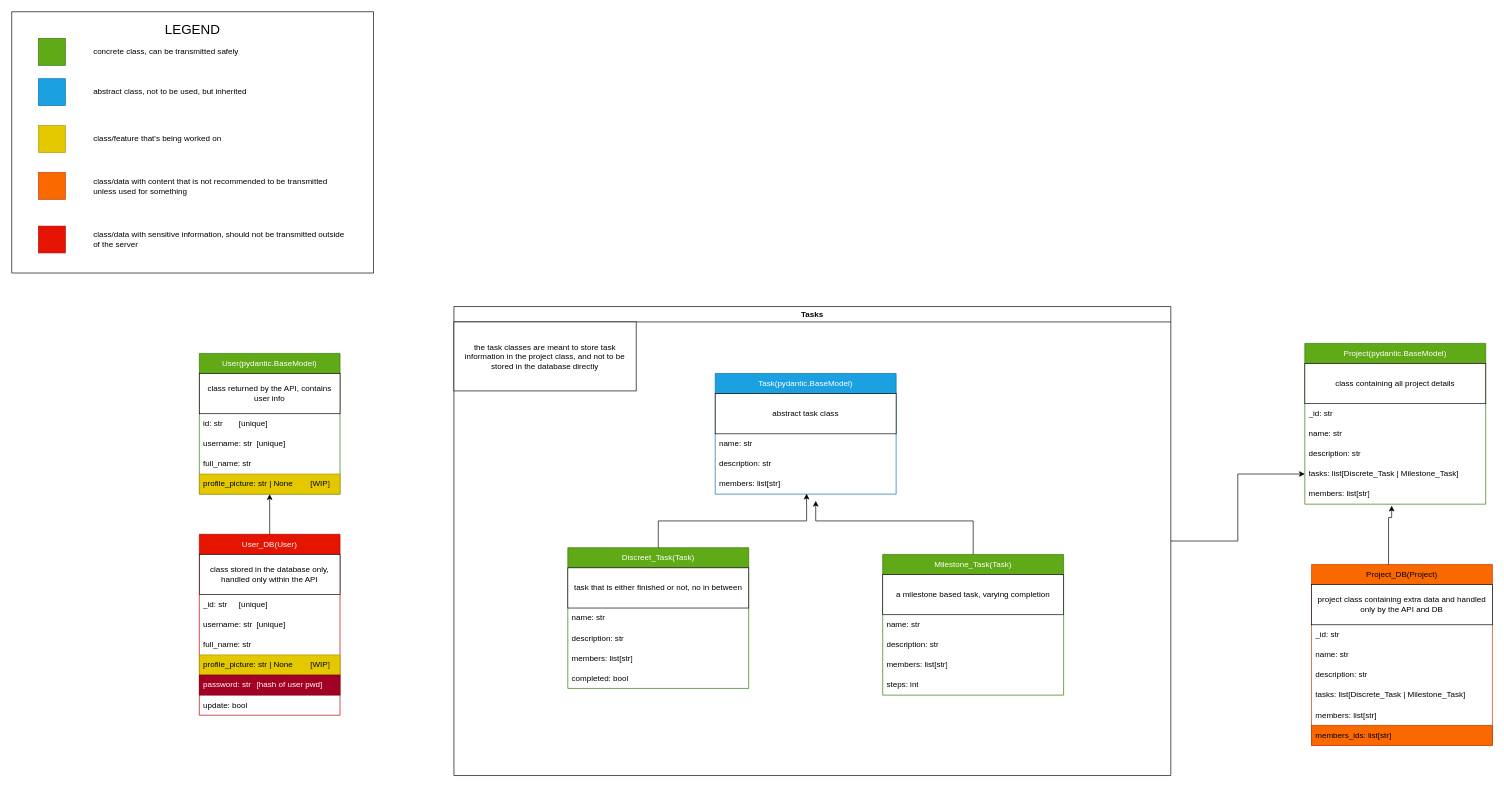
reezuleanu/termsync keeps this draw.io diagram as server-models.drawio. Above is the earlier version. Source tidied: cells renumbered, new cells numbered last; positions are measured from the earlier drawing's top-left corner, leaving out a move shared by most shapes. Both pictures are drawn from the tidied source at 67%, with x=0, y=0 at pixel (11, 11).
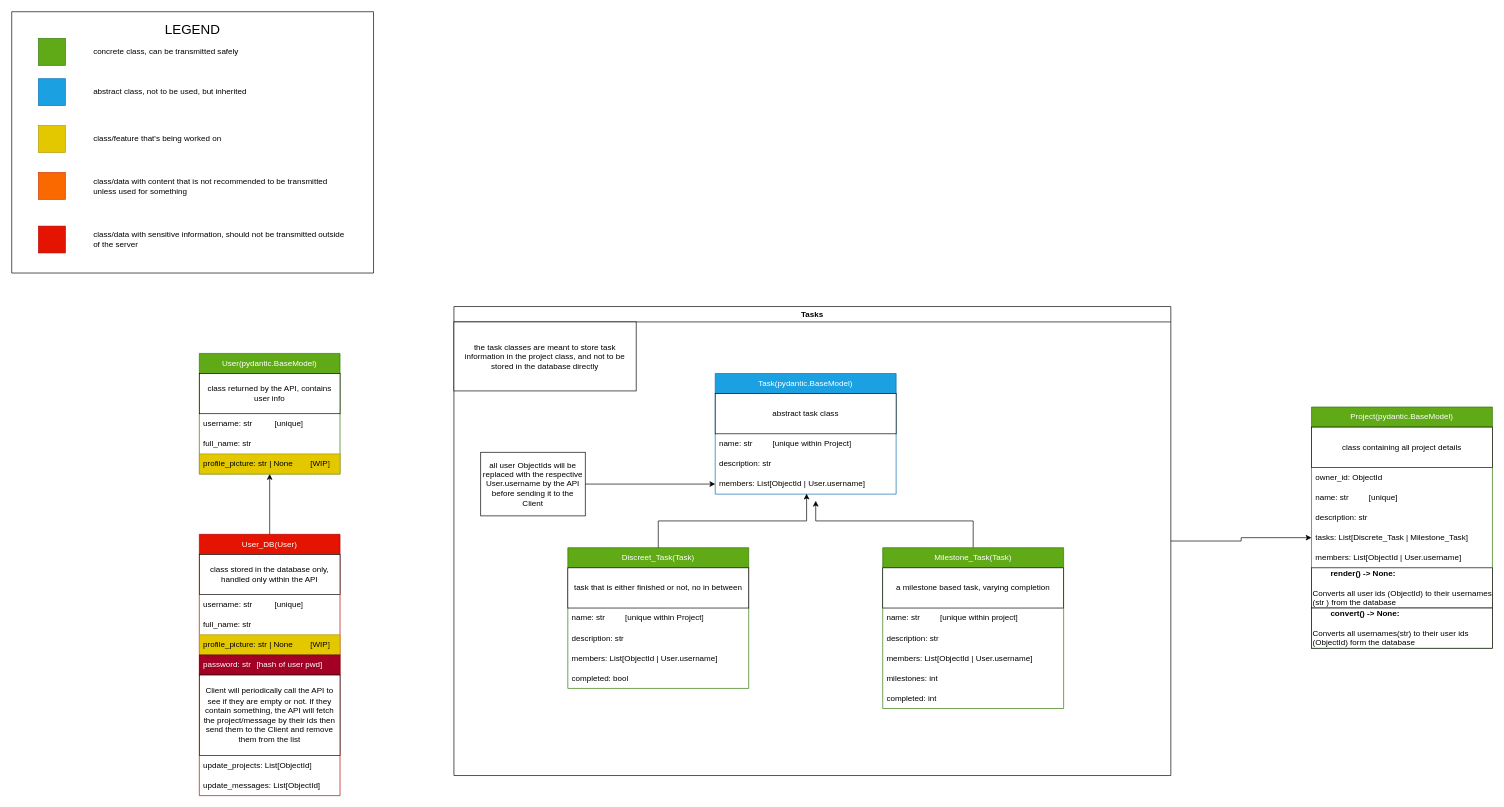
The same diagram, later.

Commit message:
modified class diagram

The change refers to these unchanged cells:
```xml
<mxCell id="3" value="Tasks&lt;br&gt;" style="swimlane;whiteSpace=wrap;html=1;" parent="1" vertex="1">
  <mxGeometry x="660" y="440" width="1070" height="700" as="geometry" />
</mxCell>
<mxCell id="4" value="Task(pydantic.BaseModel)" style="swimlane;fontStyle=0;horizontal=1;startSize=30;whiteSpace=wrap;html=1;fillColor=#1ba1e2;fontColor=#ffffff;strokeColor=#006EAF;" parent="3" vertex="1">
  <mxGeometry x="390" y="100" width="270" height="180" as="geometry" />
</mxCell>
<mxCell id="9" value="Discreet_Task(Task)" style="swimlane;fontStyle=0;horizontal=1;startSize=30;whiteSpace=wrap;html=1;fillColor=#60a917;strokeColor=#2D7600;fontColor=#ffffff;" parent="3" vertex="1">
  <mxGeometry x="170" y="360" width="270" height="210" as="geometry" />
</mxCell>
```

Change to the diagram source:
```diff
@@
-    <mxCell id="6" value="name: str" style="text;strokeColor=none;fillColor=none;align=left;verticalAlign=middle;spacingLeft=4;spacingRight=4;overflow=hidden;whiteSpace=wrap;html=1;" parent="4" vertex="1">
+    <mxCell id="6" value="name: str&lt;span style=&quot;white-space: pre;&quot;&gt;&#9;&lt;/span&gt;&lt;span style=&quot;white-space: pre;&quot;&gt;&#9;&lt;/span&gt;[unique within Project]" style="text;strokeColor=none;fillColor=none;align=left;verticalAlign=middle;spacingLeft=4;spacingRight=4;overflow=hidden;whiteSpace=wrap;html=1;" parent="4" vertex="1">
       <mxGeometry y="90" width="270" height="30" as="geometry" />
     </mxCell>
@@
-    <mxCell id="8" value="members: list[str]" style="text;strokeColor=none;fillColor=none;align=left;verticalAlign=middle;spacingLeft=4;spacingRight=4;overflow=hidden;points=[[0,0.5],[1,0.5]];portConstraint=eastwest;whiteSpace=wrap;html=1;" parent="4" vertex="1">
+    <mxCell id="8" value="members: List[ObjectId | User.username]" style="text;strokeColor=none;fillColor=none;align=left;verticalAlign=middle;spacingLeft=4;spacingRight=4;overflow=hidden;points=[[0,0.5],[1,0.5]];portConstraint=eastwest;whiteSpace=wrap;html=1;" parent="4" vertex="1">
       <mxGeometry y="150" width="270" height="30" as="geometry" />
     </mxCell>
@@
-    <mxCell id="11" value="name: str" style="text;strokeColor=none;fillColor=none;align=left;verticalAlign=middle;spacingLeft=4;spacingRight=4;overflow=hidden;whiteSpace=wrap;html=1;" parent="9" vertex="1">
+    <mxCell id="11" value="name: str&lt;span style=&quot;white-space: pre;&quot;&gt;&#9;&lt;/span&gt;&lt;span style=&quot;white-space: pre;&quot;&gt;&#9;&lt;/span&gt;[unique within Project]" style="text;strokeColor=none;fillColor=none;align=left;verticalAlign=middle;spacingLeft=4;spacingRight=4;overflow=hidden;whiteSpace=wrap;html=1;" parent="9" vertex="1">
       <mxGeometry y="90" width="270" height="30" as="geometry" />
     </mxCell>
@@
-    <mxCell id="13" value="members: list[str]" style="text;strokeColor=none;fillColor=none;align=left;verticalAlign=middle;spacingLeft=4;spacingRight=4;overflow=hidden;whiteSpace=wrap;html=1;" parent="9" vertex="1">
+    <mxCell id="13" value="members: List[ObjectId | User.username]" style="text;strokeColor=none;fillColor=none;align=left;verticalAlign=middle;spacingLeft=4;spacingRight=4;overflow=hidden;whiteSpace=wrap;html=1;" parent="9" vertex="1">
       <mxGeometry y="150" width="270" height="30" as="geometry" />
     </mxCell>
@@
     <mxCell id="16" value="Milestone_Task(Task)" style="swimlane;fontStyle=0;horizontal=1;startSize=30;whiteSpace=wrap;html=1;fillColor=#60a917;strokeColor=#2D7600;fontColor=#ffffff;" parent="3" vertex="1">
-      <mxGeometry x="640" y="370" width="270" height="210" as="geometry" />
+      <mxGeometry x="640" y="360" width="270" height="240" as="geometry" />
     </mxCell>
@@
-    <mxCell id="18" value="name: str" style="text;strokeColor=none;fillColor=none;align=left;verticalAlign=middle;spacingLeft=4;spacingRight=4;overflow=hidden;whiteSpace=wrap;html=1;" parent="16" vertex="1">
+    <mxCell id="18" value="name: str&lt;span style=&quot;white-space: pre;&quot;&gt;&#9;&lt;/span&gt;&lt;span style=&quot;white-space: pre;&quot;&gt;&#9;&lt;/span&gt;[unique within project]" style="text;strokeColor=none;fillColor=none;align=left;verticalAlign=middle;spacingLeft=4;spacingRight=4;overflow=hidden;whiteSpace=wrap;html=1;" parent="16" vertex="1">
       <mxGeometry y="90" width="270" height="30" as="geometry" />
     </mxCell>
@@
-    <mxCell id="20" value="members: list[str]" style="text;strokeColor=none;fillColor=none;align=left;verticalAlign=middle;spacingLeft=4;spacingRight=4;overflow=hidden;whiteSpace=wrap;html=1;" parent="16" vertex="1">
+    <mxCell id="20" value="members: List[ObjectId | User.username]" style="text;strokeColor=none;fillColor=none;align=left;verticalAlign=middle;spacingLeft=4;spacingRight=4;overflow=hidden;whiteSpace=wrap;html=1;" parent="16" vertex="1">
       <mxGeometry y="150" width="270" height="30" as="geometry" />
     </mxCell>
-    <mxCell id="21" value="steps: int" style="text;strokeColor=none;fillColor=none;align=left;verticalAlign=middle;spacingLeft=4;spacingRight=4;overflow=hidden;whiteSpace=wrap;html=1;" parent="16" vertex="1">
+    <mxCell id="21" value="milestones: int" style="text;strokeColor=none;fillColor=none;align=left;verticalAlign=middle;spacingLeft=4;spacingRight=4;overflow=hidden;whiteSpace=wrap;html=1;" parent="16" vertex="1">
       <mxGeometry y="180" width="270" height="30" as="geometry" />
     </mxCell>
+    <mxCell id="67" value="completed: int" style="text;strokeColor=none;fillColor=none;align=left;verticalAlign=middle;spacingLeft=4;spacingRight=4;overflow=hidden;whiteSpace=wrap;html=1;" parent="16" vertex="1">
+      <mxGeometry y="210" width="270" height="30" as="geometry" />
+    </mxCell>
@@
+    <mxCell id="68" style="edgeStyle=orthogonalEdgeStyle;rounded=0;jettySize=auto;html=1;entryX=0;entryY=0.5;entryDx=0;entryDy=0;" parent="3" edge="1" source="69" target="8">
+      <mxGeometry relative="1" as="geometry" />
+    </mxCell>
+    <mxCell id="69" value="all user ObjectIds will be replaced with the respective User.username by the API before sending it to the Client" style="rounded=0;whiteSpace=wrap;html=1;" parent="3" vertex="1">
+      <mxGeometry x="40" y="217.5" width="156" height="95" as="geometry" />
+    </mxCell>
     <mxCell id="24" value="User(pydantic.BaseModel)" style="swimlane;fontStyle=0;horizontal=1;startSize=30;whiteSpace=wrap;html=1;fillColor=#60a917;fontColor=#ffffff;strokeColor=#2D7600;" parent="1" vertex="1">
-      <mxGeometry x="280" y="510" width="210" height="210" as="geometry" />
+      <mxGeometry x="280" y="510" width="210" height="180" as="geometry" />
     </mxCell>
@@
-    <mxCell id="26" value="id: str&lt;span style=&quot;white-space: pre;&quot;&gt;&#9;&lt;/span&gt;[unique]" style="text;strokeColor=none;fillColor=none;align=left;verticalAlign=middle;spacingLeft=4;spacingRight=4;overflow=hidden;whiteSpace=wrap;html=1;" parent="24" vertex="1">
-      <mxGeometry y="90" width="210" height="30" as="geometry" />
-    </mxCell>
-    <mxCell id="27" value="username: str&lt;span style=&quot;white-space: pre;&quot;&gt;&#9;&lt;/span&gt;[unique]" style="text;strokeColor=none;fillColor=none;align=left;verticalAlign=middle;spacingLeft=4;spacingRight=4;overflow=hidden;whiteSpace=wrap;html=1;" parent="24" vertex="1">
-      <mxGeometry y="120" width="210" height="30" as="geometry" />
+    <mxCell id="27" value="username: str&lt;span style=&quot;white-space: pre;&quot;&gt;&#9;&lt;/span&gt;&lt;span style=&quot;white-space: pre;&quot;&gt;&#9;&lt;/span&gt;[unique]" style="text;strokeColor=none;fillColor=none;align=left;verticalAlign=middle;spacingLeft=4;spacingRight=4;overflow=hidden;whiteSpace=wrap;html=1;" parent="24" vertex="1">
+      <mxGeometry y="90" width="210" height="30" as="geometry" />
     </mxCell>
     <mxCell id="28" value="full_name: str" style="text;strokeColor=none;fillColor=none;align=left;verticalAlign=middle;spacingLeft=4;spacingRight=4;overflow=hidden;whiteSpace=wrap;html=1;" parent="24" vertex="1">
-      <mxGeometry y="150" width="210" height="30" as="geometry" />
+      <mxGeometry y="120" width="210" height="30" as="geometry" />
     </mxCell>
     <mxCell id="29" value="profile_picture: str | None&lt;span style=&quot;white-space: pre;&quot;&gt;&#9;&lt;/span&gt;[WIP]" style="text;strokeColor=#B09500;fillColor=#e3c800;align=left;verticalAlign=middle;spacingLeft=4;spacingRight=4;overflow=hidden;whiteSpace=wrap;html=1;fontColor=#000000;" parent="24" vertex="1">
-      <mxGeometry y="180" width="210" height="30" as="geometry" />
+      <mxGeometry y="150" width="210" height="30" as="geometry" />
     </mxCell>
@@
     <mxCell id="31" value="User_DB(User)" style="swimlane;fontStyle=0;horizontal=1;startSize=30;whiteSpace=wrap;html=1;fillColor=#e51400;fontColor=#ffffff;strokeColor=#B20000;" parent="1" vertex="1">
-      <mxGeometry x="280" y="780" width="210" height="270" as="geometry" />
+      <mxGeometry x="280" y="780" width="210" height="390" as="geometry" />
     </mxCell>
@@
-    <mxCell id="33" value="_id: str&lt;span style=&quot;white-space: pre;&quot;&gt;&#9;&lt;/span&gt;[unique]" style="text;strokeColor=none;fillColor=none;align=left;verticalAlign=middle;spacingLeft=4;spacingRight=4;overflow=hidden;whiteSpace=wrap;html=1;" parent="31" vertex="1">
-      <mxGeometry y="90" width="210" height="30" as="geometry" />
-    </mxCell>
-    <mxCell id="34" value="username: str&lt;span style=&quot;white-space: pre;&quot;&gt;&#9;&lt;/span&gt;[unique]" style="text;strokeColor=none;fillColor=none;align=left;verticalAlign=middle;spacingLeft=4;spacingRight=4;overflow=hidden;whiteSpace=wrap;html=1;" parent="31" vertex="1">
-      <mxGeometry y="120" width="210" height="30" as="geometry" />
+    <mxCell id="34" value="username: str&lt;span style=&quot;white-space: pre;&quot;&gt;&#9;&lt;/span&gt;&lt;span style=&quot;white-space: pre;&quot;&gt;&#9;&lt;/span&gt;[unique]" style="text;strokeColor=none;fillColor=none;align=left;verticalAlign=middle;spacingLeft=4;spacingRight=4;overflow=hidden;whiteSpace=wrap;html=1;" parent="31" vertex="1">
+      <mxGeometry y="90" width="210" height="30" as="geometry" />
     </mxCell>
     <mxCell id="35" value="full_name: str" style="text;strokeColor=none;fillColor=none;align=left;verticalAlign=middle;spacingLeft=4;spacingRight=4;overflow=hidden;whiteSpace=wrap;html=1;" parent="31" vertex="1">
-      <mxGeometry y="150" width="210" height="30" as="geometry" />
+      <mxGeometry y="120" width="210" height="30" as="geometry" />
     </mxCell>
     <mxCell id="36" value="profile_picture: str | None&lt;span style=&quot;white-space: pre;&quot;&gt;&#9;&lt;/span&gt;[WIP]" style="text;align=left;verticalAlign=middle;spacingLeft=4;spacingRight=4;overflow=hidden;whiteSpace=wrap;html=1;fillColor=#e3c800;strokeColor=#B09500;fontColor=#000000;" parent="31" vertex="1">
-      <mxGeometry y="180" width="210" height="30" as="geometry" />
+      <mxGeometry y="150" width="210" height="30" as="geometry" />
     </mxCell>
     <mxCell id="37" value="password: str&lt;span style=&quot;white-space: pre;&quot;&gt;&#9;&lt;/span&gt;[hash of user pwd]" style="text;strokeColor=#6F0000;fillColor=#a20025;align=left;verticalAlign=middle;spacingLeft=4;spacingRight=4;overflow=hidden;whiteSpace=wrap;html=1;fontColor=#ffffff;" parent="31" vertex="1">
-      <mxGeometry y="210" width="210" height="30" as="geometry" />
+      <mxGeometry y="180" width="210" height="30" as="geometry" />
     </mxCell>
+    <mxCell id="70" value="Client will periodically call the API to see if they are empty or not. If they contain something, the API will fetch the project/message by their ids then send them to the Client and remove them from the list" style="rounded=0;whiteSpace=wrap;html=1;" parent="31" vertex="1">
+      <mxGeometry y="210" width="210" height="120" as="geometry" />
+    </mxCell>
-    <mxCell id="38" value="update: bool" style="text;strokeColor=none;fillColor=none;align=left;verticalAlign=middle;spacingLeft=4;spacingRight=4;overflow=hidden;whiteSpace=wrap;html=1;" parent="31" vertex="1">
-      <mxGeometry y="240" width="210" height="30" as="geometry" />
+    <mxCell id="38" value="update_projects: List[ObjectId]" style="text;strokeColor=none;fillColor=none;align=left;verticalAlign=middle;spacingLeft=4;spacingRight=4;overflow=hidden;whiteSpace=wrap;html=1;" parent="31" vertex="1">
+      <mxGeometry y="330" width="210" height="30" as="geometry" />
     </mxCell>
+    <mxCell id="71" value="update_messages: List[ObjectId]" style="text;strokeColor=none;fillColor=none;align=left;verticalAlign=middle;spacingLeft=4;spacingRight=4;overflow=hidden;whiteSpace=wrap;html=1;" parent="31" vertex="1">
+      <mxGeometry y="360" width="210" height="30" as="geometry" />
+    </mxCell>
     <mxCell id="39" value="Project(pydantic.BaseModel)" style="swimlane;fontStyle=0;horizontal=1;startSize=30;whiteSpace=wrap;html=1;fillColor=#60a917;strokeColor=#2D7600;fontColor=#ffffff;" parent="1" vertex="1">
-      <mxGeometry x="1930" y="495" width="270" height="240" as="geometry" />
+      <mxGeometry x="1940" y="590" width="270" height="360" as="geometry" />
     </mxCell>
@@
-    <mxCell id="41" value="_id: str" style="text;strokeColor=none;fillColor=none;align=left;verticalAlign=middle;spacingLeft=4;spacingRight=4;overflow=hidden;whiteSpace=wrap;html=1;" parent="39" vertex="1">
-      <mxGeometry y="90" width="270" height="30" as="geometry" />
-    </mxCell>
+    <mxCell id="72" value="owner_id: ObjectId" style="text;strokeColor=none;fillColor=none;align=left;verticalAlign=middle;spacingLeft=4;spacingRight=4;overflow=hidden;whiteSpace=wrap;html=1;" parent="39" vertex="1">
+      <mxGeometry y="90" width="270" height="30" as="geometry" />
+    </mxCell>
-    <mxCell id="42" value="name: str" style="text;strokeColor=none;fillColor=none;align=left;verticalAlign=middle;spacingLeft=4;spacingRight=4;overflow=hidden;whiteSpace=wrap;html=1;" parent="39" vertex="1">
+    <mxCell id="42" value="name: str&lt;span style=&quot;white-space: pre;&quot;&gt;&#9;&lt;span style=&quot;white-space: pre;&quot;&gt;&#9;&lt;/span&gt;&lt;/span&gt;[unique]" style="text;strokeColor=none;fillColor=none;align=left;verticalAlign=middle;spacingLeft=4;spacingRight=4;overflow=hidden;whiteSpace=wrap;html=1;" parent="39" vertex="1">
       <mxGeometry y="120" width="270" height="30" as="geometry" />
     </mxCell>
@@
-    <mxCell id="44" value="tasks: list[Discrete_Task | Milestone_Task]" style="text;strokeColor=none;fillColor=none;align=left;verticalAlign=middle;spacingLeft=4;spacingRight=4;overflow=hidden;points=[[0,0.5],[1,0.5]];portConstraint=eastwest;whiteSpace=wrap;html=1;" parent="39" vertex="1">
+    <mxCell id="44" value="tasks: List[Discrete_Task | Milestone_Task]" style="text;strokeColor=none;fillColor=none;align=left;verticalAlign=middle;spacingLeft=4;spacingRight=4;overflow=hidden;points=[[0,0.5],[1,0.5]];portConstraint=eastwest;whiteSpace=wrap;html=1;" parent="39" vertex="1">
       <mxGeometry y="180" width="270" height="30" as="geometry" />
     </mxCell>
-    <mxCell id="45" value="members: list[str]" style="text;strokeColor=none;fillColor=none;align=left;verticalAlign=middle;spacingLeft=4;spacingRight=4;overflow=hidden;points=[[0,0.5],[1,0.5]];portConstraint=eastwest;whiteSpace=wrap;html=1;" parent="39" vertex="1">
+    <mxCell id="45" value="members: List[ObjectId | User.username]" style="text;strokeColor=none;fillColor=none;align=left;verticalAlign=middle;spacingLeft=4;spacingRight=4;overflow=hidden;points=[[0,0.5],[1,0.5]];portConstraint=eastwest;whiteSpace=wrap;html=1;" parent="39" vertex="1">
       <mxGeometry y="210" width="270" height="30" as="geometry" />
     </mxCell>
-    <mxCell id="46" value="Project_DB(Project)" style="swimlane;fontStyle=0;horizontal=1;startSize=30;whiteSpace=wrap;html=1;fillColor=#fa6800;strokeColor=#C73500;fontColor=#000000;" parent="1" vertex="1">
-      <mxGeometry x="1940" y="825" width="270" height="270" as="geometry" />
-    </mxCell>
-    <mxCell id="47" value="project class containing extra data and handled only by the API and DB" style="rounded=0;whiteSpace=wrap;html=1;" parent="46" vertex="1">
-      <mxGeometry y="30" width="270" height="60" as="geometry" />
-    </mxCell>
-    <mxCell id="48" value="_id: str" style="text;strokeColor=none;fillColor=none;align=left;verticalAlign=middle;spacingLeft=4;spacingRight=4;overflow=hidden;whiteSpace=wrap;html=1;" parent="46" vertex="1">
-      <mxGeometry y="90" width="270" height="30" as="geometry" />
-    </mxCell>
-    <mxCell id="49" value="name: str" style="text;strokeColor=none;fillColor=none;align=left;verticalAlign=middle;spacingLeft=4;spacingRight=4;overflow=hidden;whiteSpace=wrap;html=1;" parent="46" vertex="1">
-      <mxGeometry y="120" width="270" height="30" as="geometry" />
-    </mxCell>
-    <mxCell id="50" value="description: str" style="text;strokeColor=none;fillColor=none;align=left;verticalAlign=middle;spacingLeft=4;spacingRight=4;overflow=hidden;whiteSpace=wrap;html=1;" parent="46" vertex="1">
-      <mxGeometry y="150" width="270" height="30" as="geometry" />
-    </mxCell>
-    <mxCell id="51" value="tasks: list[Discrete_Task | Milestone_Task]" style="text;strokeColor=none;fillColor=none;align=left;verticalAlign=middle;spacingLeft=4;spacingRight=4;overflow=hidden;whiteSpace=wrap;html=1;" parent="46" vertex="1">
-      <mxGeometry y="180" width="270" height="30" as="geometry" />
-    </mxCell>
-    <mxCell id="52" value="members: list[str]" style="text;strokeColor=none;fillColor=none;align=left;verticalAlign=middle;spacingLeft=4;spacingRight=4;overflow=hidden;whiteSpace=wrap;html=1;" parent="46" vertex="1">
-      <mxGeometry y="210" width="270" height="30" as="geometry" />
-    </mxCell>
-    <mxCell id="53" value="members_ids: list[str]" style="text;strokeColor=#C73500;fillColor=#fa6800;align=left;verticalAlign=middle;spacingLeft=4;spacingRight=4;overflow=hidden;whiteSpace=wrap;html=1;fontColor=#000000;" parent="46" vertex="1">
-      <mxGeometry y="240" width="270" height="30" as="geometry" />
-    </mxCell>
-    <mxCell id="54" style="edgeStyle=orthogonalEdgeStyle;rounded=0;jettySize=auto;html=1;entryX=0.48;entryY=1.074;entryDx=0;entryDy=0;entryPerimeter=0;" parent="1" edge="1" source="46" target="45">
-      <mxGeometry relative="1" as="geometry">
-        <Array as="points">
-          <mxPoint x="2055" y="755" />
-          <mxPoint x="2060" y="755" />
-        </Array>
-      </mxGeometry>
-    </mxCell>
+    <mxCell id="73" value="&lt;span style=&quot;font-weight: bold; white-space: pre;&quot;&gt;&#9;&lt;/span&gt;&lt;b&gt;render() -&amp;gt; None:&lt;br&gt;&lt;/b&gt;&lt;br&gt;Converts all user ids (ObjectId) to their usernames (str ) from the database" style="rounded=0;whiteSpace=wrap;html=1;align=left;" parent="39" vertex="1">
+      <mxGeometry y="240" width="270" height="60" as="geometry" />
+    </mxCell>
+    <mxCell id="74" value="&lt;span style=&quot;white-space: pre;&quot;&gt;&#9;&lt;/span&gt;&lt;b&gt;convert() -&amp;gt; None:&lt;/b&gt;&lt;br&gt;&lt;br&gt;Converts all usernames(str) to their user ids (ObjectId) form the database" style="rounded=0;whiteSpace=wrap;html=1;align=left;" parent="39" vertex="1">
+      <mxGeometry y="300" width="270" height="60" as="geometry" />
+    </mxCell>
```
